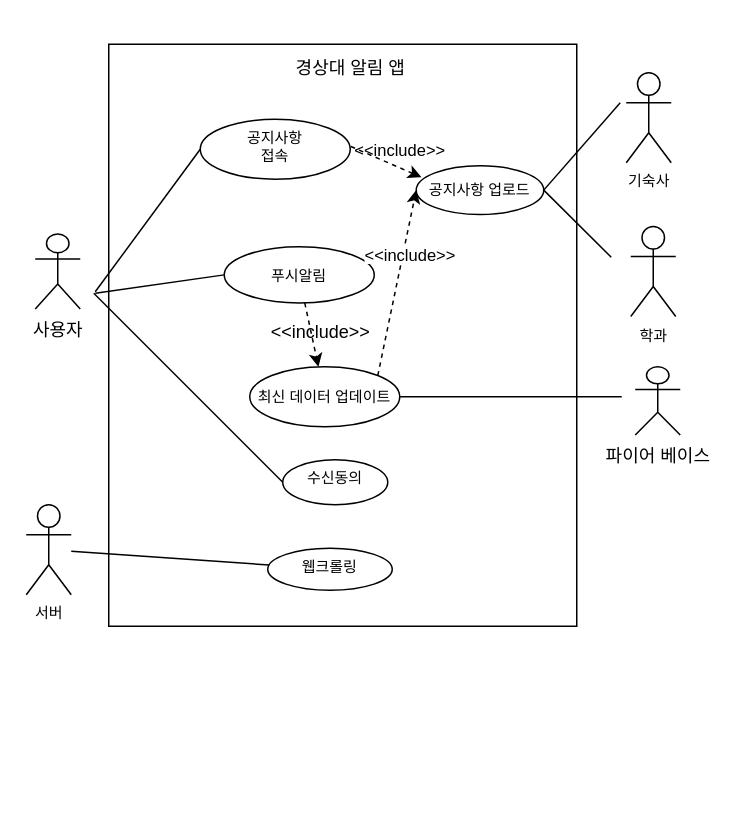
Above: Untitled Diagram.drawio in seongjin17/test (draw.io), before the change. Source tidied: cells renumbered, new cells numbered last; positions are measured from the earlier drawing's top-left corner, leaving out a move shared by most shapes. Both pictures are drawn from the tidied source at 150%, with x=0, y=0 at pixel (26, 44).
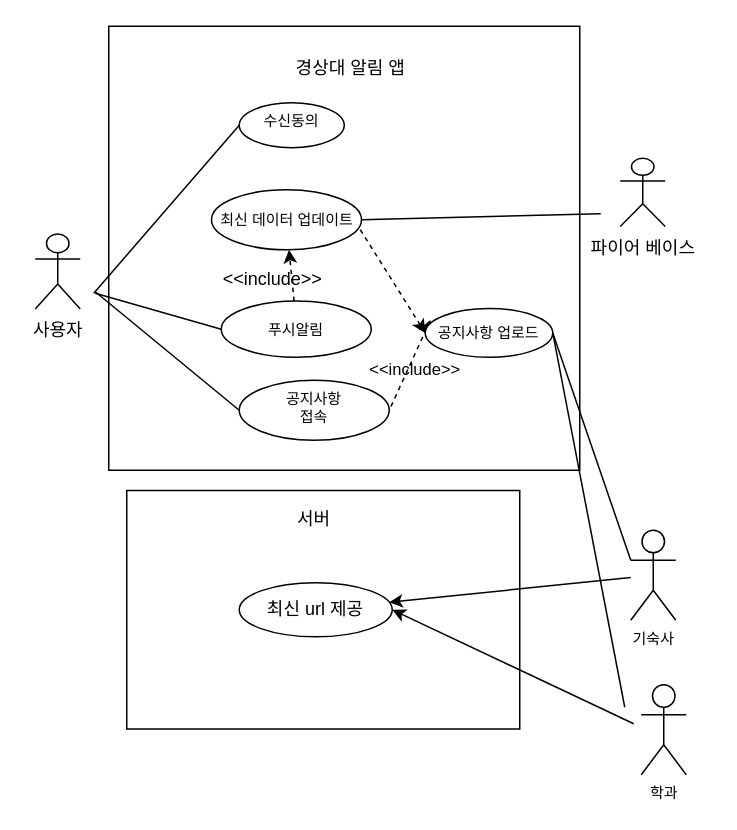
Above is the later version.

Diff of the diagram source:
```diff
@@
-    <mxCell id="5" style="edgeStyle=none;rounded=0;jettySize=auto;html=1;fontSize=10;endArrow=none;endFill=0;entryX=-0.037;entryY=0.208;entryDx=0;entryDy=0;entryPerimeter=0;dashed=1;startArrow=classic;startFill=1;exitX=0.041;exitY=0.236;exitDx=0;exitDy=0;exitPerimeter=0;" parent="1" edge="1" source="16" target="26">
+    <mxCell id="5" style="edgeStyle=none;rounded=0;jettySize=auto;html=1;fontSize=10;endArrow=none;endFill=0;entryX=1;entryY=0.5;entryDx=0;entryDy=0;dashed=1;startArrow=classic;startFill=1;exitX=0.041;exitY=0.236;exitDx=0;exitDy=0;exitPerimeter=0;" parent="1" edge="1" source="16" target="6">
       <mxGeometry relative="1" as="geometry" />
     </mxCell>
     <mxCell id="6" value="공지사항&lt;br style=&quot;font-size: 10px;&quot;&gt;접속" style="ellipse;whiteSpace=wrap;html=1;verticalAlign=top;fontSize=10;" parent="1" vertex="1">
-      <mxGeometry x="116" y="50" width="100" height="40" as="geometry" />
+      <mxGeometry x="142" y="224" width="100" height="40" as="geometry" />
     </mxCell>
@@
     <mxCell id="8" value="푸시알림" style="ellipse;whiteSpace=wrap;html=1;rounded=0;sketch=0;fontSize=10;" parent="1" vertex="1">
-      <mxGeometry x="132" y="135" width="100" height="37.5" as="geometry" />
+      <mxGeometry x="130" y="171.2" width="100" height="37.5" as="geometry" />
     </mxCell>
-    <mxCell id="9" style="edgeStyle=none;rounded=1;sketch=0;jettySize=auto;html=1;dashed=1;endArrow=classic;endFill=1;strokeColor=default;entryX=0;entryY=0.5;entryDx=0;entryDy=0;exitX=1;exitY=0;exitDx=0;exitDy=0;" parent="1" edge="1" source="10" target="16">
+    <mxCell id="9" style="edgeStyle=none;rounded=1;sketch=0;jettySize=auto;html=1;dashed=1;endArrow=classic;endFill=1;strokeColor=default;entryX=0;entryY=0.5;entryDx=0;entryDy=0;exitX=0.992;exitY=0.667;exitDx=0;exitDy=0;startArrow=none;exitPerimeter=0;" parent="1" edge="1" source="10" target="16">
       <mxGeometry relative="1" as="geometry" />
     </mxCell>
     <mxCell id="10" value="최신 데이터 업데이트" style="ellipse;whiteSpace=wrap;html=1;rounded=0;sketch=0;fontSize=10;" parent="1" vertex="1">
-      <mxGeometry x="149" y="215" width="100" height="40" as="geometry" />
+      <mxGeometry x="123.5" y="97" width="100" height="40" as="geometry" />
     </mxCell>
     <mxCell id="11" value="파이어 베이스" style="shape=umlActor;verticalLabelPosition=bottom;verticalAlign=top;html=1;rounded=0;sketch=0;" parent="1" vertex="1">
-      <mxGeometry x="406" y="215" width="30" height="45.5" as="geometry" />
+      <mxGeometry x="396" y="76" width="30" height="45.5" as="geometry" />
     </mxCell>
     <mxCell id="12" style="endArrow=none;html=1;rounded=1;sketch=0;strokeColor=default;endFill=0;exitX=1;exitY=0.5;exitDx=0;exitDy=0;" parent="1" edge="1" source="10">
       <mxGeometry relative="1" as="geometry">
-        <mxPoint x="397" y="235" as="targetPoint" />
+        <mxPoint x="383" y="113" as="targetPoint" />
       </mxGeometry>
     </mxCell>
@@
     <mxCell id="15" value="수신동의" style="ellipse;whiteSpace=wrap;html=1;verticalAlign=top;fontSize=10;" parent="1" vertex="1">
-      <mxGeometry x="171" y="277" width="70" height="30" as="geometry" />
+      <mxGeometry x="142" y="39" width="70" height="30" as="geometry" />
     </mxCell>
     <mxCell id="16" value="&lt;font style=&quot;font-size: 10px&quot;&gt;공지사항 업로드&lt;/font&gt;" style="ellipse;whiteSpace=wrap;html=1;rounded=0;sketch=0;" parent="1" vertex="1">
-      <mxGeometry x="260" y="81" width="85" height="32.5" as="geometry" />
+      <mxGeometry x="266" y="176.2" width="85" height="32.5" as="geometry" />
     </mxCell>
     <mxCell id="17" value="&amp;lt;&amp;lt;include&amp;gt;&amp;gt;" style="text;html=1;align=center;verticalAlign=middle;strokeColor=none;fillColor=none;" parent="1" vertex="1">
-      <mxGeometry x="156" y="181.5" width="80" height="20" as="geometry" />
+      <mxGeometry x="123.5" y="147" width="80" height="20" as="geometry" />
     </mxCell>
-    <mxCell id="18" value="&lt;span style=&quot;color: rgb(0 , 0 , 0) ; font-family: &amp;#34;helvetica&amp;#34; ; font-size: 11px ; font-style: normal ; font-weight: 400 ; letter-spacing: normal ; text-align: center ; text-indent: 0px ; text-transform: none ; word-spacing: 0px ; background-color: rgb(255 , 255 , 255) ; display: inline ; float: none&quot;&gt;&amp;lt;&amp;lt;include&amp;gt;&amp;gt;&lt;/span&gt;" style="text;whiteSpace=wrap;html=1;" parent="1" vertex="1">
-      <mxGeometry x="223.5" y="126.5" width="50" height="30" as="geometry" />
-    </mxCell>
+    <mxCell id="28" style="rounded=0;jettySize=auto;html=1;" parent="1" edge="1" source="19" target="29">
+      <mxGeometry relative="1" as="geometry" />
+    </mxCell>
     <mxCell id="19" value="기숙사" style="shape=umlActor;verticalLabelPosition=bottom;verticalAlign=top;html=1;outlineConnect=0;fontSize=10;fillColor=none;" parent="1" vertex="1">
-      <mxGeometry x="400" y="19" width="30" height="60" as="geometry" />
+      <mxGeometry x="403" y="324" width="30" height="60" as="geometry" />
     </mxCell>
     <mxCell id="20" value="학과" style="shape=umlActor;verticalLabelPosition=bottom;verticalAlign=top;html=1;fontSize=10;fillColor=none;" parent="1" vertex="1">
-      <mxGeometry x="403" y="121.5" width="30" height="60" as="geometry" />
+      <mxGeometry x="410" y="427" width="30" height="60" as="geometry" />
     </mxCell>
-    <mxCell id="21" style="rounded=0;jettySize=auto;html=1;fontSize=10;endArrow=none;endFill=0;" parent="1" edge="1" source="22" target="25">
-      <mxGeometry relative="1" as="geometry" />
-    </mxCell>
-    <mxCell id="22" value="서버" style="shape=umlActor;verticalLabelPosition=bottom;verticalAlign=top;html=1;outlineConnect=0;fontSize=10;fillColor=none;" parent="1" vertex="1">
-      <mxGeometry y="307" width="30" height="60" as="geometry" />
-    </mxCell>
-    <mxCell id="23" style="endArrow=none;html=1;rounded=0;fontSize=10;exitX=1;exitY=0.5;exitDx=0;exitDy=0;" parent="1" edge="1" source="16">
-      <mxGeometry relative="1" as="geometry">
-        <mxPoint x="396" y="39" as="targetPoint" />
-      </mxGeometry>
+    <mxCell id="23" style="endArrow=none;html=1;rounded=0;fontSize=10;exitX=1;exitY=0.5;exitDx=0;exitDy=0;entryX=0;entryY=0.3333333333333333;entryDx=0;entryDy=0;entryPerimeter=0;" parent="1" edge="1" source="16" target="19">
+      <mxGeometry relative="1" as="geometry" />
     </mxCell>
     <mxCell id="24" style="endArrow=none;html=1;rounded=0;fontSize=10;entryX=1;entryY=0.5;entryDx=0;entryDy=0;" parent="1" edge="1" target="16">
       <mxGeometry relative="1" as="geometry">
-        <mxPoint x="390" y="142" as="sourcePoint" />
+        <mxPoint x="399" y="442" as="sourcePoint" />
       </mxGeometry>
     </mxCell>
-    <mxCell id="25" value="웹크롤링" style="ellipse;whiteSpace=wrap;html=1;fontSize=10;verticalAlign=top;fillColor=none;" parent="1" vertex="1">
-      <mxGeometry x="161" y="336" width="83" height="28" as="geometry" />
-    </mxCell>
     <mxCell id="26" value="&lt;font style=&quot;font-size: 11px&quot;&gt;&amp;lt;&amp;lt;include&amp;gt;&amp;gt;&lt;/font&gt;" style="text;html=1;align=center;verticalAlign=middle;points=[];strokeColor=none;fillColor=none;fontSize=10;" parent="1" vertex="1">
-      <mxGeometry x="213" y="62" width="71" height="17" as="geometry" />
+      <mxGeometry x="223.5" y="208.8" width="71" height="17" as="geometry" />
     </mxCell>
-    <mxCell id="27" style="rounded=0;whiteSpace=wrap;html=1;fillColor=none;" parent="1" vertex="1">
-      <mxGeometry x="55" width="312" height="388" as="geometry" />
-    </mxCell>
+    <mxCell id="22" value="서버" style="rounded=0;whiteSpace=wrap;html=1;fillColor=none;strokeColor=none;" parent="1" vertex="1">
+      <mxGeometry x="132" y="287" width="120" height="60" as="geometry" />
+    </mxCell>
+    <mxCell id="29" value="&lt;font style=&quot;font-size: 12px&quot;&gt;최신 url 제공&lt;/font&gt;" style="ellipse;whiteSpace=wrap;html=1;fontSize=10;verticalAlign=middle;fillColor=none;" parent="1" vertex="1">
+      <mxGeometry x="142" y="359" width="102" height="36" as="geometry" />
+    </mxCell>
+    <mxCell id="30" style="endArrow=classic;html=1;rounded=0;entryX=1;entryY=0.5;entryDx=0;entryDy=0;" parent="1" edge="1" target="29">
+      <mxGeometry relative="1" as="geometry">
+        <mxPoint x="405" y="453" as="sourcePoint" />
+      </mxGeometry>
+    </mxCell>
+    <mxCell id="31" style="rounded=0;whiteSpace=wrap;html=1;fontSize=12;fillColor=none;verticalAlign=middle;" parent="1" vertex="1">
+      <mxGeometry x="55" y="-12" width="314" height="296" as="geometry" />
+    </mxCell>
+    <mxCell id="32" style="rounded=0;whiteSpace=wrap;html=1;fontSize=12;fillColor=none;verticalAlign=middle;" parent="1" vertex="1">
+      <mxGeometry x="67" y="297.5" width="262" height="159" as="geometry" />
+    </mxCell>
```
